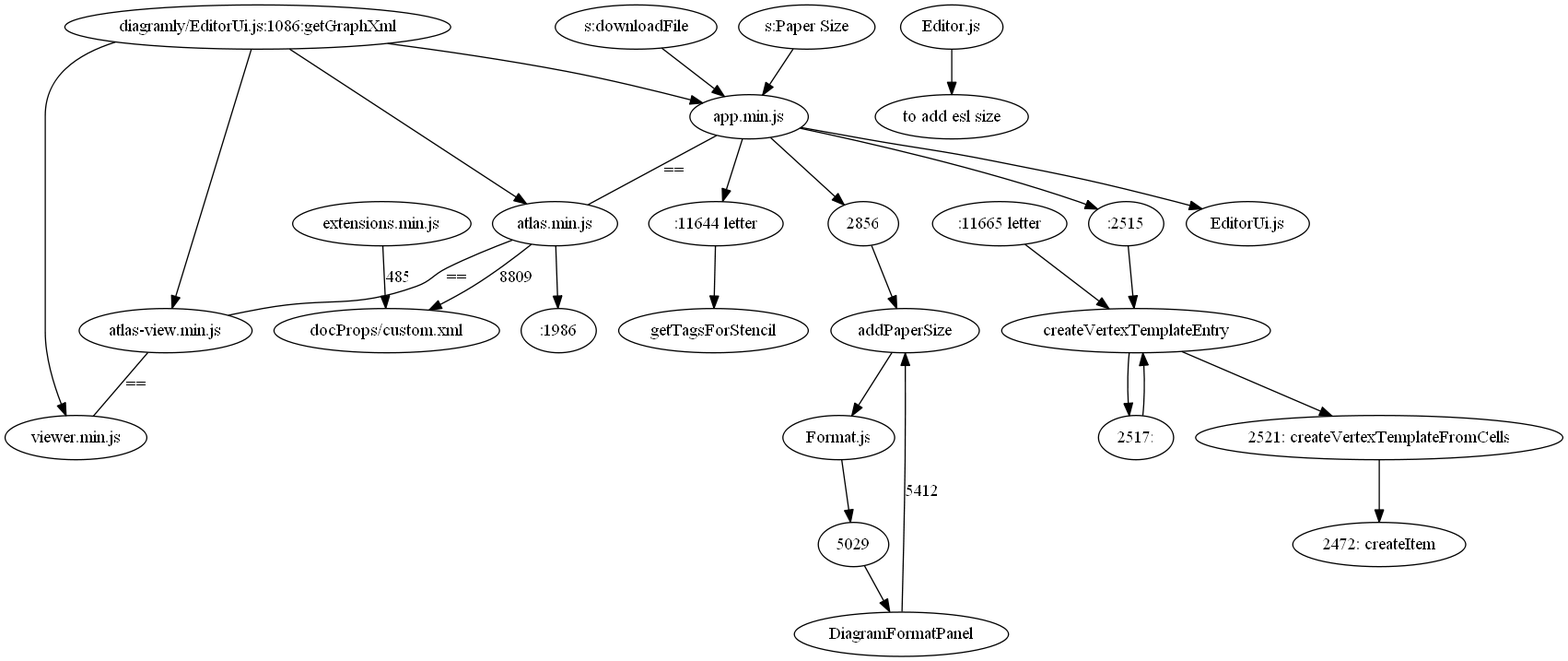
heraldia/drawio keeps this Graphviz diagram as relation.png. Above is the earlier version. Its source is kept beside it as relation.dot.
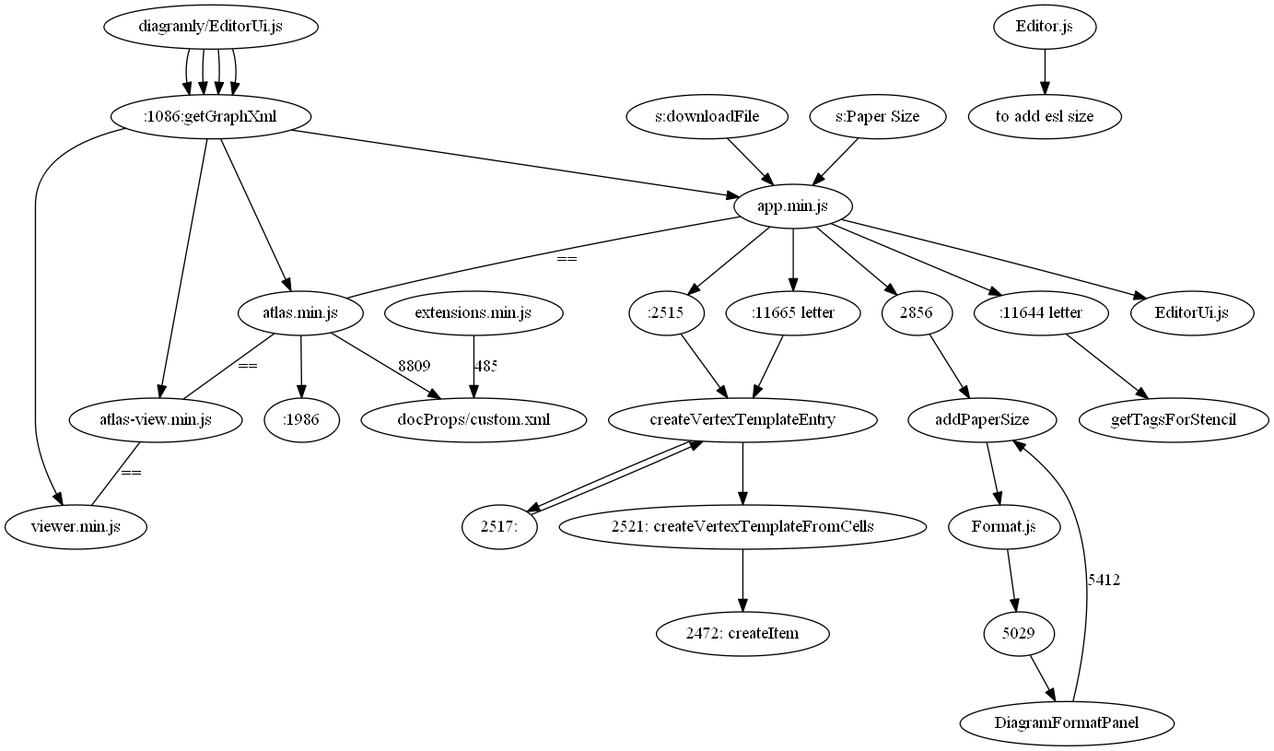
Later version of the same file.

Change to the diagram source:
```diff
@@ -1,12 +1,12 @@
 digraph drawIo{
-"diagramly/EditorUi.js:1086:getGraphXml" -> "app.min.js";
-"diagramly/EditorUi.js:1086:getGraphXml" -> "atlas.min.js" -> ":1986";
-"app.min.js" -> ":11644 letter" -> "getTagsForStencil";
-"app.min.js" ->":11665 letter" -> "createVertexTemplateEntry";
+"diagramly/EditorUi.js"->":1086:getGraphXml" -> "app.min.js";
+"diagramly/EditorUi.js"->":1086:getGraphXml" -> "atlas.min.js" -> ":1986";
+"app.min.js" -> ":11644"-> "s:letter" -> "getTagsForStencil";
+"app.min.js" ->":11665"-> "s:letter" -> "createVertexTemplateEntry";
 "s:downloadFile" -> "app.min.js" -> "EditorUi.js";
-"app.min.js" -> ":2515" -> "createVertexTemplateEntry" -> "2517:" -> "createVertexTemplateEntry" -> "2521: createVertexTemplateFromCells" -> "2472: createItem";
-"diagramly/EditorUi.js:1086:getGraphXml" -> "atlas-view.min.js";
-"diagramly/EditorUi.js:1086:getGraphXml" -> "viewer.min.js";
+"app.min.js" -> ":2515" -> "createVertexTemplateEntry" -> "2517:" -> "createVertexTemplate" -> "2521: createVertexTemplateFromCells" -> "2472: createItem";
+"diagramly/EditorUi.js"->":1086:getGraphXml" -> "atlas-view.min.js";
+"diagramly/EditorUi.js"->":1086:getGraphXml" -> "viewer.min.js";
 
 "app.min.js" -> "atlas.min.js" -> "atlas-view.min.js" -> "viewer.min.js" [label
     = "==", arrowhead="none" ];
@@ -18,6 +18,9 @@
 "extensions.min.js" -> "docProps/custom.xml" [label = "485"];
 "Editor.js" -> "to add esl size";
 
+"app.min.js" -> ":3348" ->"getGraphXml";
+"app.min.js" -> ":1991" ->"generate XML header";
+"app.min.js" -> "s:getPrettyXml"
 
 
 
```
